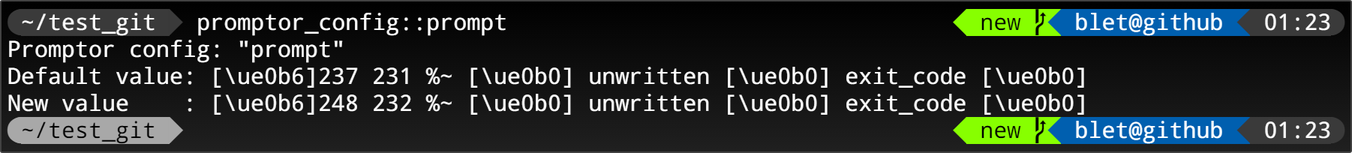
MickaelBlet/Promptor keeps this draw.io diagram as images/example_change_color.drawio.png. Above is the earlier version. Source tidied: cells renumbered, new cells last; positions are measured from the earlier drawing's top-left corner, leaving out a move shared by most shapes.
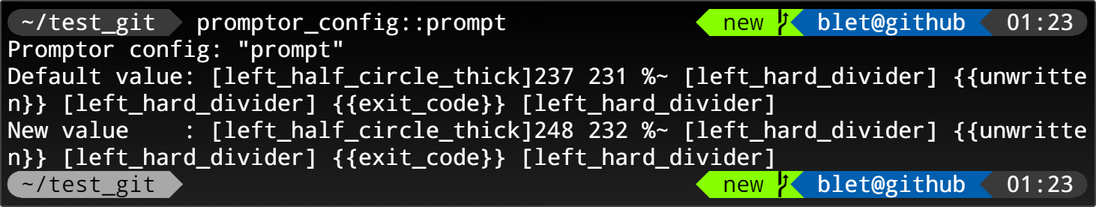
After the change.

The edit, as a diff of the source:
```diff
@@ -3,10 +3,10 @@
     <mxCell id="0" />
     <mxCell id="1" parent="0" />
     <mxCell id="2" style="rounded=1;whiteSpace=wrap;html=1;arcSize=1;fillColor=#000000;strokeColor=#424242;gradientColor=#202020;gradientDirection=south;" parent="1" vertex="1">
-      <mxGeometry width="900" height="101" as="geometry" />
+      <mxGeometry width="730" height="137" as="geometry" />
     </mxCell>
-    <mxCell id="3" value="&lt;font color=&quot;#3a3a3a&quot; style=&quot;font-size: 15px&quot;&gt;&lt;/font&gt;&lt;span style=&quot;font-size: 15px ; background-color: rgb(58 , 58 , 58)&quot;&gt;~/test_git&amp;nbsp;&lt;/span&gt;&lt;font color=&quot;#3a3a3a&quot; style=&quot;font-size: 15px&quot;&gt;&lt;/font&gt;&amp;nbsp;promptor_config::prompt&amp;nbsp; &amp;nbsp; &amp;nbsp; &amp;nbsp; &amp;nbsp; &amp;nbsp; &amp;nbsp; &amp;nbsp; &amp;nbsp; &amp;nbsp; &amp;nbsp; &amp;nbsp; &amp;nbsp; &amp;nbsp; &amp;nbsp; &amp;nbsp; &amp;nbsp;&lt;font color=&quot;#87ff00&quot; style=&quot;font-size: 15px&quot;&gt;&lt;/font&gt;&lt;span style=&quot;font-size: 15px ; background-color: rgb(135 , 255 , 0)&quot;&gt;&lt;font color=&quot;#000000&quot; style=&quot;font-size: 15px&quot;&gt;&amp;nbsp;new&amp;nbsp;&lt;/font&gt;&lt;font color=&quot;#005faf&quot; style=&quot;font-size: 15px&quot;&gt;&lt;/font&gt;&lt;/span&gt;&lt;span style=&quot;font-size: 15px ; background-color: rgb(0 , 95 , 175)&quot;&gt;&amp;nbsp;blet@github&amp;nbsp;&lt;font color=&quot;#3a3a3a&quot; style=&quot;font-size: 15px&quot;&gt;&lt;/font&gt;&lt;/span&gt;&lt;span style=&quot;font-size: 15px ; background-color: rgb(58 , 58 , 58)&quot;&gt;&amp;nbsp;01:23&lt;/span&gt;&lt;font color=&quot;#3a3a3a&quot; style=&quot;font-size: 15px&quot;&gt;&lt;/font&gt;&lt;font color=&quot;#3a3a3a&quot; style=&quot;font-size: 15px&quot;&gt;&lt;br style=&quot;font-size: 15px&quot;&gt;&lt;/font&gt;Promptor config: &quot;prompt&quot;&lt;br style=&quot;font-size: 15px&quot;&gt;Default value: [\ue0b6]237 231 %~ [\ue0b0] unwritten [\ue0b0] exit_code [\ue0b0]&lt;br style=&quot;font-size: 15px&quot;&gt;New value&amp;nbsp; &amp;nbsp; : [\ue0b6]248 232 %~ [\ue0b0] unwritten [\ue0b0] exit_code [\ue0b0]&lt;br style=&quot;font-size: 15px&quot;&gt;&lt;font color=&quot;#a8a8a8&quot;&gt;&lt;/font&gt;&lt;span style=&quot;background-color: rgb(168 , 168 , 168)&quot;&gt;&lt;font color=&quot;#000000&quot;&gt;~/test_git&lt;/font&gt;&amp;nbsp;&lt;/span&gt;&lt;font color=&quot;#a8a8a8&quot;&gt;&lt;/font&gt;&amp;nbsp; &amp;nbsp; &amp;nbsp; &amp;nbsp; &amp;nbsp; &amp;nbsp; &amp;nbsp; &amp;nbsp; &amp;nbsp; &amp;nbsp; &amp;nbsp; &amp;nbsp; &amp;nbsp; &amp;nbsp; &amp;nbsp; &amp;nbsp; &amp;nbsp; &amp;nbsp; &amp;nbsp; &amp;nbsp; &amp;nbsp; &amp;nbsp; &amp;nbsp; &amp;nbsp; &amp;nbsp; &amp;nbsp; &amp;nbsp; &amp;nbsp; &amp;nbsp;&lt;font color=&quot;#87ff00&quot;&gt;&lt;/font&gt;&lt;span style=&quot;background-color: rgb(135 , 255 , 0)&quot;&gt;&lt;font color=&quot;#000000&quot;&gt;&amp;nbsp;new&amp;nbsp;&lt;/font&gt;&lt;font color=&quot;#005faf&quot;&gt;&lt;/font&gt;&lt;/span&gt;&lt;span style=&quot;background-color: rgb(0 , 95 , 175)&quot;&gt;&amp;nbsp;blet@github&amp;nbsp;&lt;font color=&quot;#3a3a3a&quot;&gt;&lt;/font&gt;&lt;/span&gt;&lt;span style=&quot;background-color: rgb(58 , 58 , 58)&quot;&gt;&amp;nbsp;01:23&lt;/span&gt;&lt;font color=&quot;#3a3a3a&quot;&gt;&lt;/font&gt;" style="text;align=left;verticalAlign=bottom;rounded=0;fontFamily=DroidSansM Nerd Font Mono;fontSize=15;fillColor=none;arcSize=0;spacing=0;fontColor=#FFFFFF;labelBackgroundColor=none;html=1;labelBorderColor=none;" parent="1" vertex="1">
-      <mxGeometry x="5" y="5" width="890" height="91" as="geometry" />
+    <mxCell id="3" value="&lt;font color=&quot;#3a3a3a&quot; style=&quot;font-size: 15px&quot;&gt;&lt;/font&gt;&lt;span style=&quot;font-size: 15px ; background-color: rgb(58 , 58 , 58)&quot;&gt;~/test_git&amp;nbsp;&lt;/span&gt;&lt;font color=&quot;#3a3a3a&quot; style=&quot;font-size: 15px&quot;&gt;&lt;/font&gt;&amp;nbsp;promptor_config::prompt&amp;nbsp; &amp;nbsp; &amp;nbsp; &amp;nbsp; &amp;nbsp; &amp;nbsp; &amp;nbsp;&amp;nbsp;&lt;font color=&quot;#87ff00&quot; style=&quot;font-size: 15px&quot;&gt;&lt;/font&gt;&lt;span style=&quot;font-size: 15px ; background-color: rgb(135 , 255 , 0)&quot;&gt;&lt;font color=&quot;#000000&quot; style=&quot;font-size: 15px&quot;&gt;&amp;nbsp;new&amp;nbsp;&lt;/font&gt;&lt;font color=&quot;#005faf&quot; style=&quot;font-size: 15px&quot;&gt;&lt;/font&gt;&lt;/span&gt;&lt;span style=&quot;font-size: 15px ; background-color: rgb(0 , 95 , 175)&quot;&gt;&amp;nbsp;blet@github&amp;nbsp;&lt;font color=&quot;#3a3a3a&quot; style=&quot;font-size: 15px&quot;&gt;&lt;/font&gt;&lt;/span&gt;&lt;span style=&quot;font-size: 15px ; background-color: rgb(58 , 58 , 58)&quot;&gt;&amp;nbsp;01:23&lt;/span&gt;&lt;font color=&quot;#3a3a3a&quot; style=&quot;font-size: 15px&quot;&gt;&lt;/font&gt;&lt;font color=&quot;#3a3a3a&quot; style=&quot;font-size: 15px&quot;&gt;&lt;br style=&quot;font-size: 15px&quot;&gt;&lt;/font&gt;Promptor config: &quot;prompt&quot;&lt;br style=&quot;font-size: 15px&quot;&gt;Default value: [left_half_circle_thick]237 231 %~ [left_hard_divider] {{unwritte&lt;br&gt;n}} [left_hard_divider] {{exit_code}} [left_hard_divider]&lt;br style=&quot;font-size: 15px&quot;&gt;New value&amp;nbsp; &amp;nbsp; : [left_half_circle_thick]248 232 %~ [left_hard_divider] {{unwritte&lt;br&gt;n}} [left_hard_divider] {{exit_code}} [left_hard_divider]&lt;br style=&quot;font-size: 15px&quot;&gt;&lt;font color=&quot;#a8a8a8&quot;&gt;&lt;/font&gt;&lt;span style=&quot;background-color: rgb(168 , 168 , 168)&quot;&gt;&lt;font color=&quot;#000000&quot;&gt;~/test_git&lt;/font&gt;&amp;nbsp;&lt;/span&gt;&lt;font color=&quot;#a8a8a8&quot;&gt;&lt;/font&gt;&amp;nbsp; &amp;nbsp; &amp;nbsp; &amp;nbsp; &amp;nbsp; &amp;nbsp; &amp;nbsp; &amp;nbsp; &amp;nbsp; &amp;nbsp; &amp;nbsp; &amp;nbsp; &amp;nbsp; &amp;nbsp; &amp;nbsp; &amp;nbsp; &amp;nbsp; &amp;nbsp; &amp;nbsp;&amp;nbsp;&lt;font color=&quot;#87ff00&quot;&gt;&lt;/font&gt;&lt;span style=&quot;background-color: rgb(135 , 255 , 0)&quot;&gt;&lt;font color=&quot;#000000&quot;&gt;&amp;nbsp;new&amp;nbsp;&lt;/font&gt;&lt;font color=&quot;#005faf&quot;&gt;&lt;/font&gt;&lt;/span&gt;&lt;span style=&quot;background-color: rgb(0 , 95 , 175)&quot;&gt;&amp;nbsp;blet@github&amp;nbsp;&lt;font color=&quot;#3a3a3a&quot;&gt;&lt;/font&gt;&lt;/span&gt;&lt;span style=&quot;background-color: rgb(58 , 58 , 58)&quot;&gt;&amp;nbsp;01:23&lt;/span&gt;&lt;font color=&quot;#3a3a3a&quot;&gt;&lt;/font&gt;" style="text;align=left;verticalAlign=bottom;rounded=0;fontFamily=DroidSansM Nerd Font Mono;fontSize=15;fillColor=none;arcSize=0;spacing=0;fontColor=#FFFFFF;labelBackgroundColor=none;html=1;labelBorderColor=none;" parent="1" vertex="1">
+      <mxGeometry x="5" y="5" width="720" height="127" as="geometry" />
     </mxCell>
   </root>
 </mxGraphModel>
```
